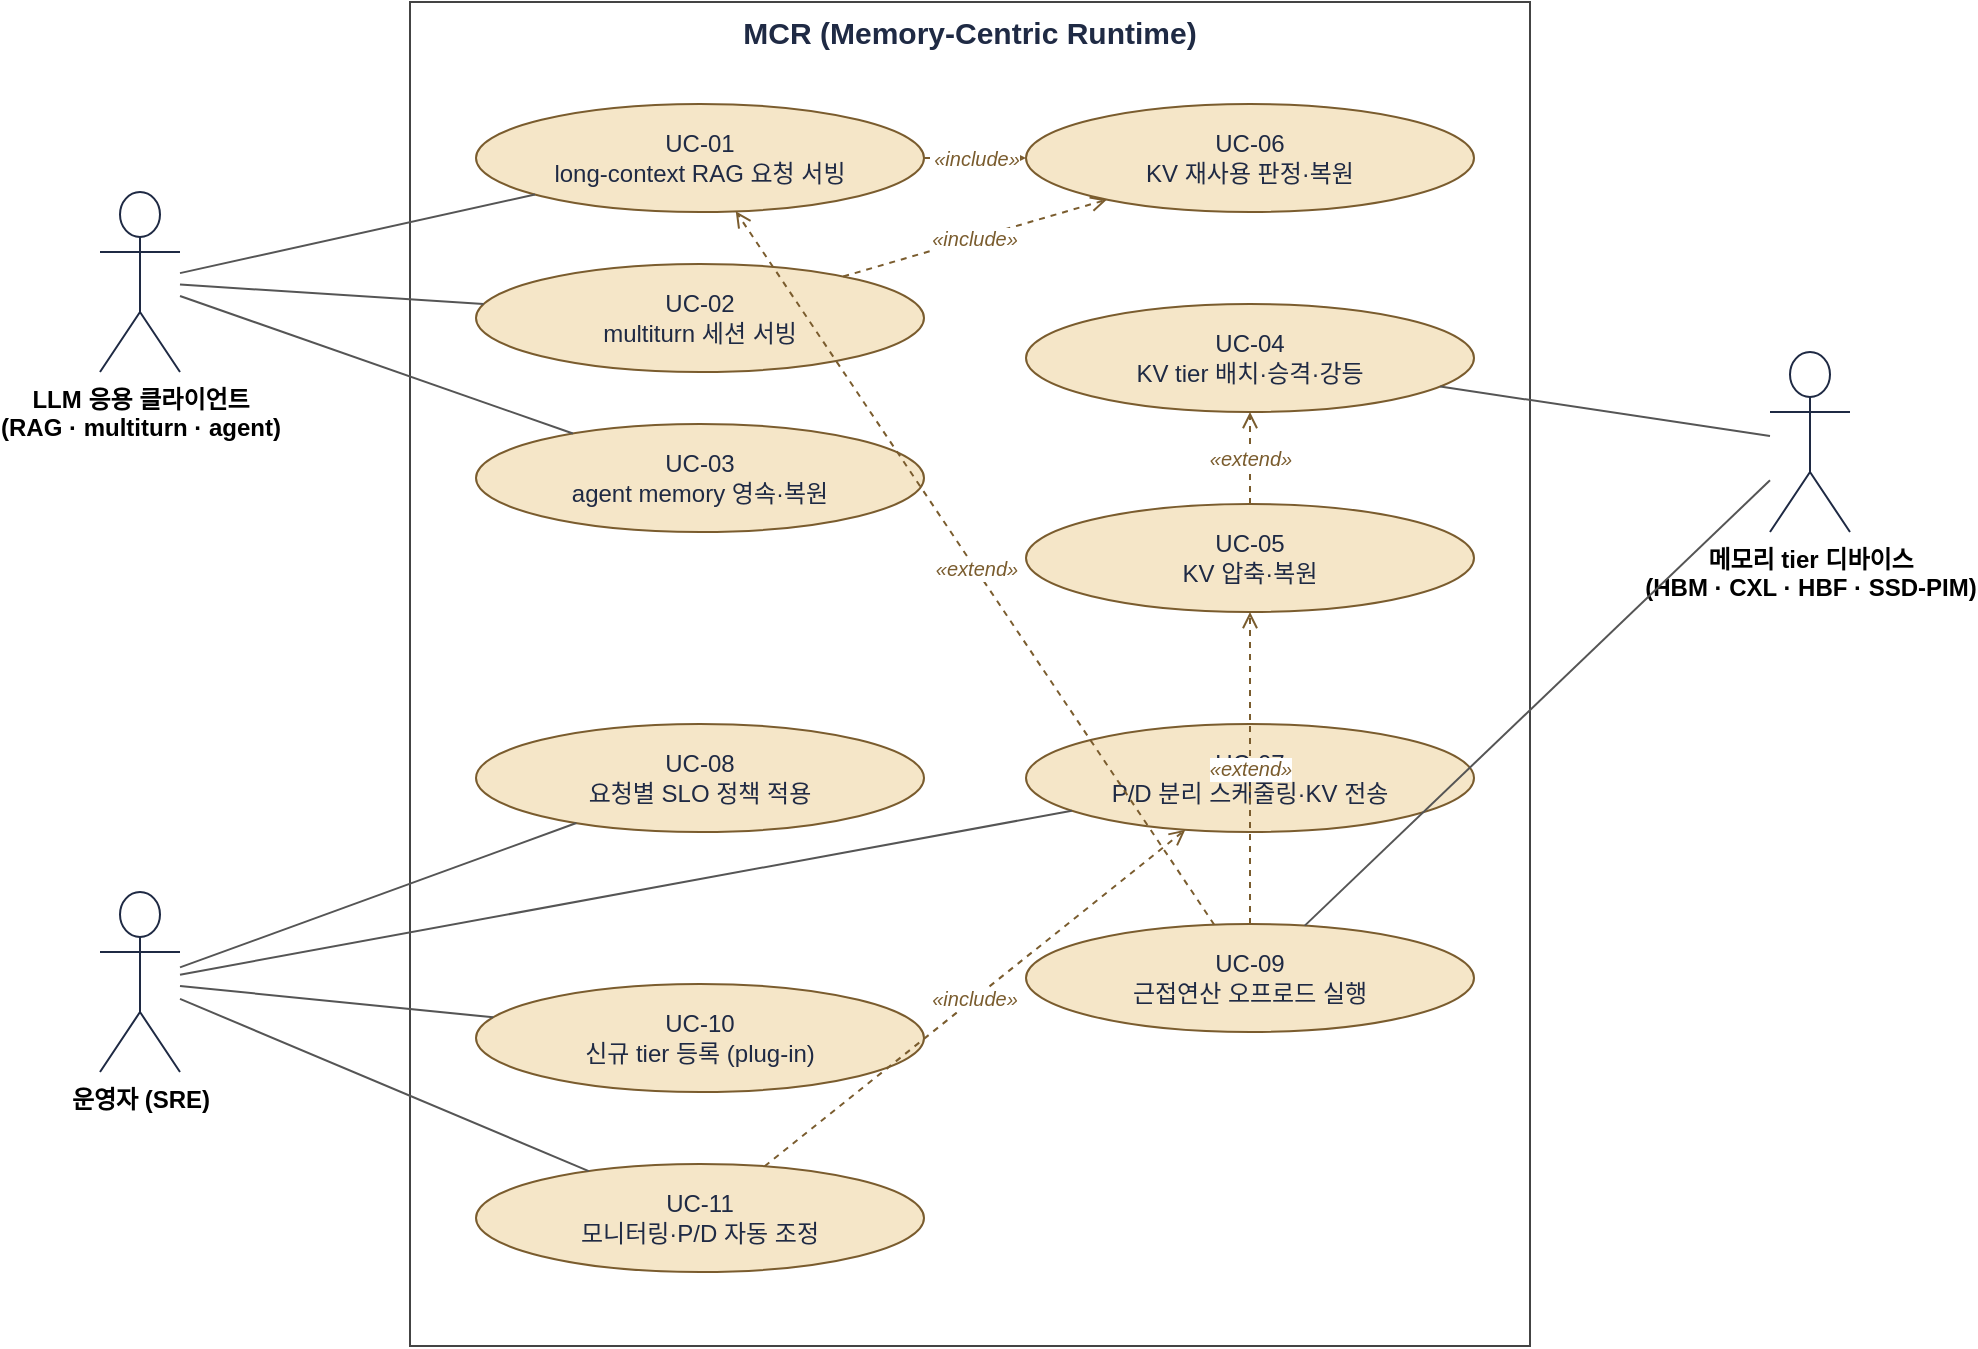
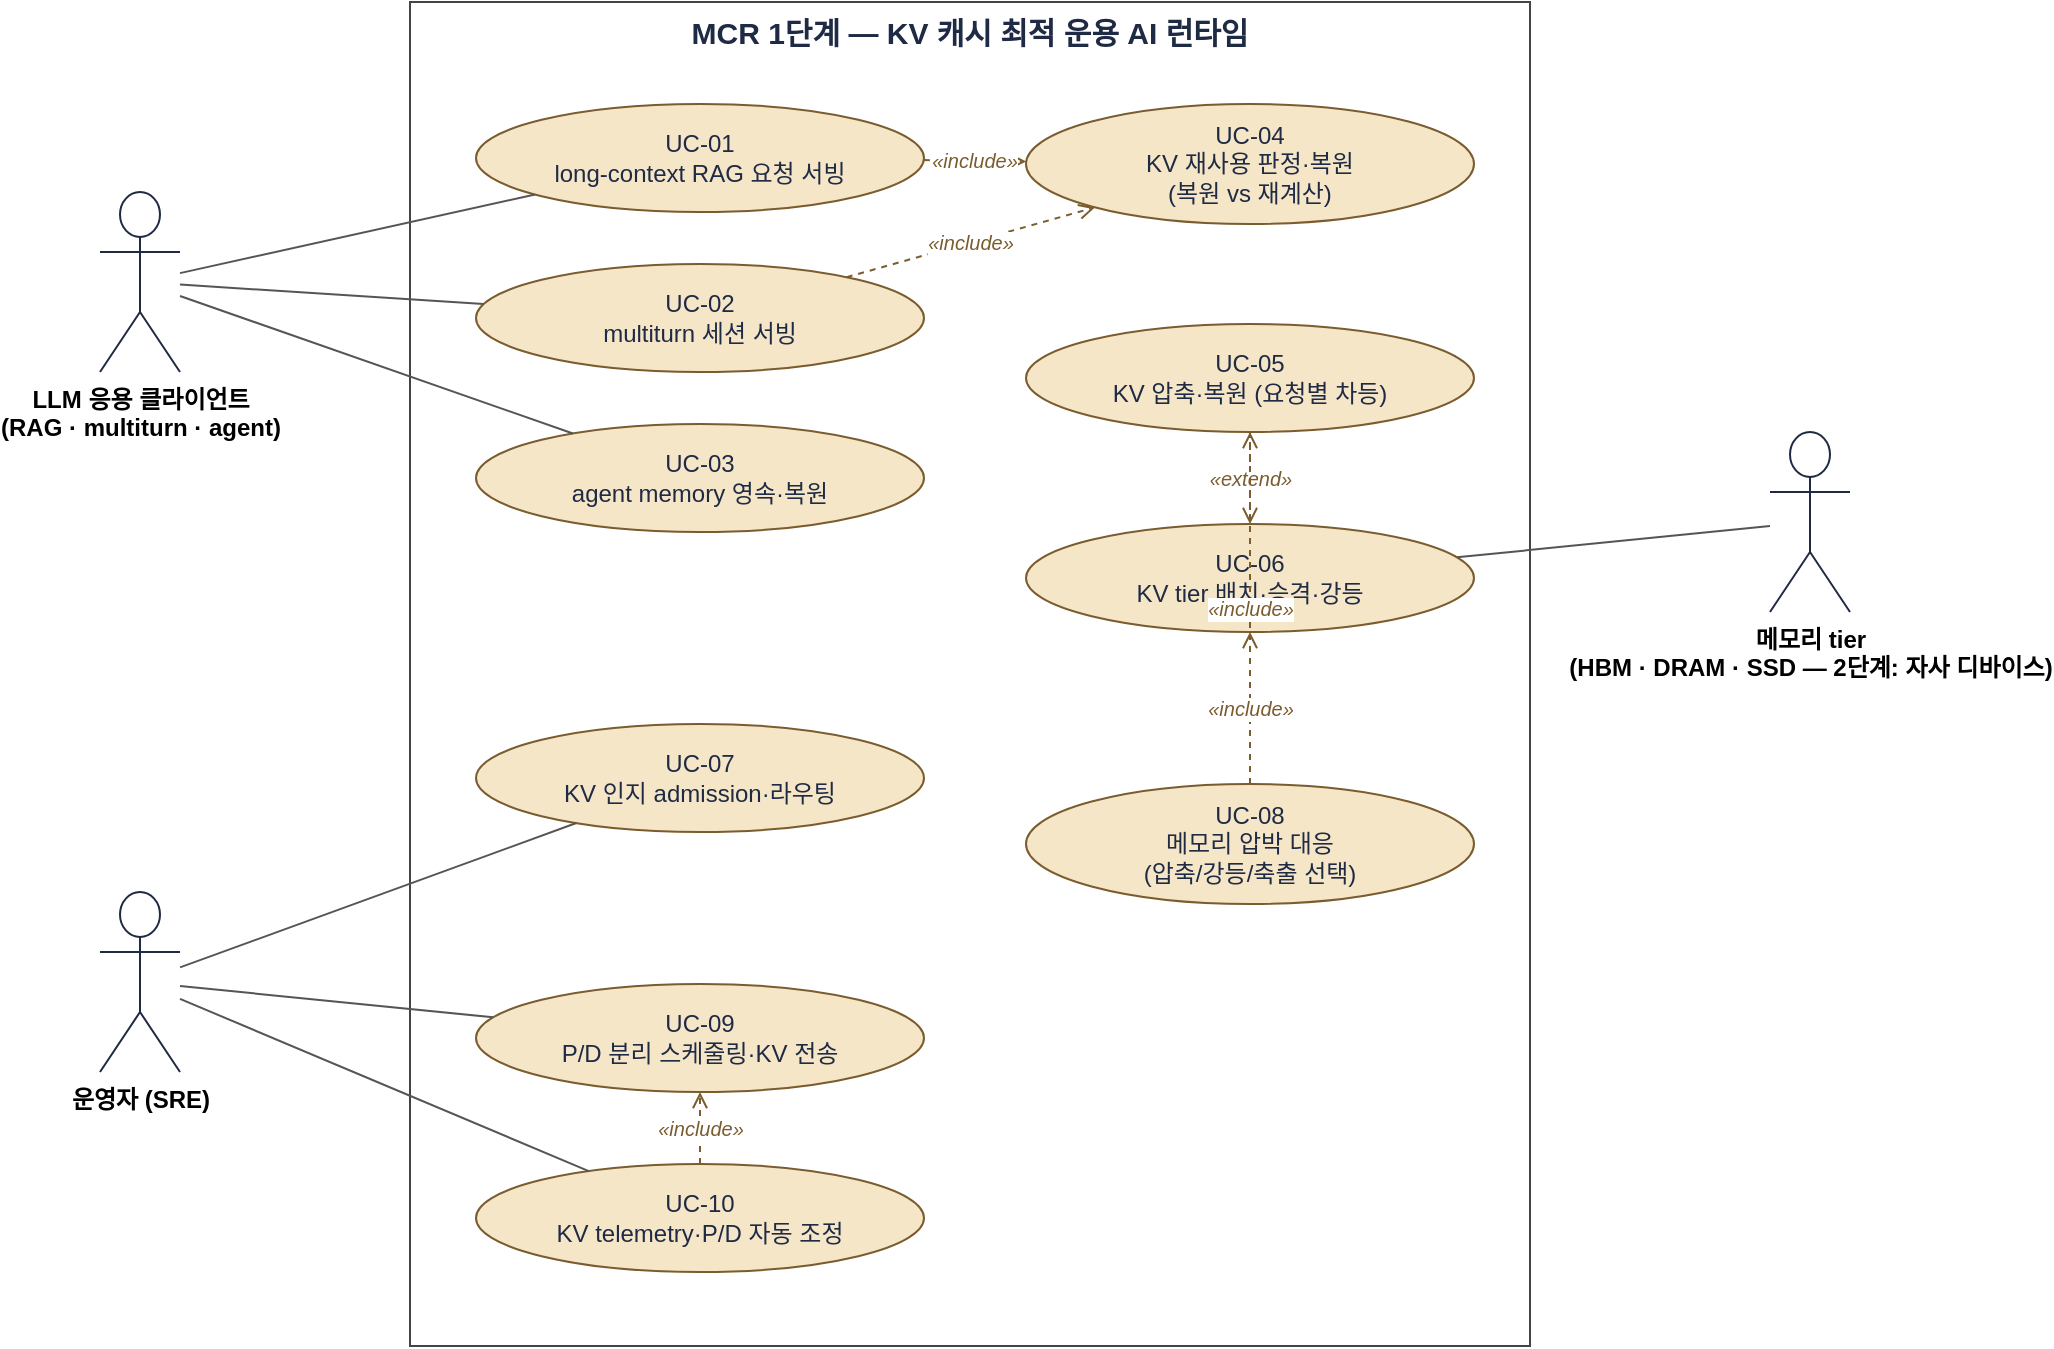
<mxfile host="app.diagrams.net" agent="architect-requirements" version="24.0.0">
-   <diagram id="req-usecase-mcr" name="MCR Use Case">
+   <diagram id="req-usecase-mcr" name="MCR Phase-1 Use Case">
    <mxGraphModel dx="1200" dy="800" grid="1" gridSize="10" guides="1" tooltips="1" connect="1" arrows="1" fold="1" page="1" pageScale="1" pageWidth="1080" pageHeight="760" math="0" shadow="0">
      <root>
        <mxCell id="0"/>
        <mxCell id="1" parent="0"/>

-         <mxCell id="sys" value="MCR (Memory-Centric Runtime)" style="rounded=0;fillColor=none;strokeColor=#444444;verticalAlign=top;fontSize=15;fontStyle=1;fontColor=#1F2A44;" vertex="1" parent="1">
+         <mxCell id="sys" value="MCR 1단계 — KV 캐시 최적 운용 AI 런타임" style="rounded=0;fillColor=none;strokeColor=#444444;verticalAlign=top;fontSize=15;fontStyle=1;fontColor=#1F2A44;" vertex="1" parent="1">
          <mxGeometry x="255" y="42" width="560" height="672" as="geometry"/>
        </mxCell>

        <mxCell id="actClient" value="LLM 응용 클라이언트&#10;(RAG · multiturn · agent)" style="shape=umlActor;verticalLabelPosition=bottom;verticalAlign=top;html=1;strokeColor=#1F2A44;fontSize=12;fontStyle=1;" vertex="1" parent="1">
          <mxGeometry x="100" y="137" width="40" height="90" as="geometry"/>
        </mxCell>
        <mxCell id="actOps" value="운영자 (SRE)" style="shape=umlActor;verticalLabelPosition=bottom;verticalAlign=top;html=1;strokeColor=#1F2A44;fontSize=12;fontStyle=1;" vertex="1" parent="1">
          <mxGeometry x="100" y="487" width="40" height="90" as="geometry"/>
        </mxCell>
-         <mxCell id="actDev" value="메모리 tier 디바이스&#10;(HBM · CXL · HBF · SSD-PIM)" style="shape=umlActor;verticalLabelPosition=bottom;verticalAlign=top;html=1;strokeColor=#1F2A44;fontSize=12;fontStyle=1;" vertex="1" parent="1">
-           <mxGeometry x="935" y="217" width="40" height="90" as="geometry"/>
+         <mxCell id="actDev" value="메모리 tier&#10;(HBM · DRAM · SSD — 2단계: 자사 디바이스)" style="shape=umlActor;verticalLabelPosition=bottom;verticalAlign=top;html=1;strokeColor=#1F2A44;fontSize=12;fontStyle=1;" vertex="1" parent="1">
+           <mxGeometry x="935" y="257" width="40" height="90" as="geometry"/>
        </mxCell>

        <mxCell id="uc01" value="UC-01&#10;long-context RAG 요청 서빙" style="ellipse;whiteSpace=wrap;html=1;fillColor=#F5E6C8;strokeColor=#7A5C2E;fontSize=12;fontColor=#1F2A44;" vertex="1" parent="1">
          <mxGeometry x="288" y="93" width="224" height="54" as="geometry"/>
        </mxCell>
        <mxCell id="uc02" value="UC-02&#10;multiturn 세션 서빙" style="ellipse;whiteSpace=wrap;html=1;fillColor=#F5E6C8;strokeColor=#7A5C2E;fontSize=12;fontColor=#1F2A44;" vertex="1" parent="1">
          <mxGeometry x="288" y="173" width="224" height="54" as="geometry"/>
        </mxCell>
        <mxCell id="uc03" value="UC-03&#10;agent memory 영속·복원" style="ellipse;whiteSpace=wrap;html=1;fillColor=#F5E6C8;strokeColor=#7A5C2E;fontSize=12;fontColor=#1F2A44;" vertex="1" parent="1">
          <mxGeometry x="288" y="253" width="224" height="54" as="geometry"/>
        </mxCell>
-         <mxCell id="uc08" value="UC-08&#10;요청별 SLO 정책 적용" style="ellipse;whiteSpace=wrap;html=1;fillColor=#F5E6C8;strokeColor=#7A5C2E;fontSize=12;fontColor=#1F2A44;" vertex="1" parent="1">
+         <mxCell id="uc07" value="UC-07&#10;KV 인지 admission·라우팅" style="ellipse;whiteSpace=wrap;html=1;fillColor=#F5E6C8;strokeColor=#7A5C2E;fontSize=12;fontColor=#1F2A44;" vertex="1" parent="1">
          <mxGeometry x="288" y="403" width="224" height="54" as="geometry"/>
        </mxCell>
-         <mxCell id="uc10" value="UC-10&#10;신규 tier 등록 (plug-in)" style="ellipse;whiteSpace=wrap;html=1;fillColor=#F5E6C8;strokeColor=#7A5C2E;fontSize=12;fontColor=#1F2A44;" vertex="1" parent="1">
+         <mxCell id="uc09" value="UC-09&#10;P/D 분리 스케줄링·KV 전송" style="ellipse;whiteSpace=wrap;html=1;fillColor=#F5E6C8;strokeColor=#7A5C2E;fontSize=12;fontColor=#1F2A44;" vertex="1" parent="1">
          <mxGeometry x="288" y="533" width="224" height="54" as="geometry"/>
        </mxCell>
-         <mxCell id="uc11" value="UC-11&#10;모니터링·P/D 자동 조정" style="ellipse;whiteSpace=wrap;html=1;fillColor=#F5E6C8;strokeColor=#7A5C2E;fontSize=12;fontColor=#1F2A44;" vertex="1" parent="1">
+         <mxCell id="uc10" value="UC-10&#10;KV telemetry·P/D 자동 조정" style="ellipse;whiteSpace=wrap;html=1;fillColor=#F5E6C8;strokeColor=#7A5C2E;fontSize=12;fontColor=#1F2A44;" vertex="1" parent="1">
          <mxGeometry x="288" y="623" width="224" height="54" as="geometry"/>
        </mxCell>

-         <mxCell id="uc06" value="UC-06&#10;KV 재사용 판정·복원" style="ellipse;whiteSpace=wrap;html=1;fillColor=#F5E6C8;strokeColor=#7A5C2E;fontSize=12;fontColor=#1F2A44;" vertex="1" parent="1">
-           <mxGeometry x="563" y="93" width="224" height="54" as="geometry"/>
+         <mxCell id="uc04" value="UC-04&#10;KV 재사용 판정·복원&#10;(복원 vs 재계산)" style="ellipse;whiteSpace=wrap;html=1;fillColor=#F5E6C8;strokeColor=#7A5C2E;fontSize=12;fontColor=#1F2A44;" vertex="1" parent="1">
+           <mxGeometry x="563" y="93" width="224" height="60" as="geometry"/>
        </mxCell>
-         <mxCell id="uc04" value="UC-04&#10;KV tier 배치·승격·강등" style="ellipse;whiteSpace=wrap;html=1;fillColor=#F5E6C8;strokeColor=#7A5C2E;fontSize=12;fontColor=#1F2A44;" vertex="1" parent="1">
-           <mxGeometry x="563" y="193" width="224" height="54" as="geometry"/>
+         <mxCell id="uc05" value="UC-05&#10;KV 압축·복원 (요청별 차등)" style="ellipse;whiteSpace=wrap;html=1;fillColor=#F5E6C8;strokeColor=#7A5C2E;fontSize=12;fontColor=#1F2A44;" vertex="1" parent="1">
+           <mxGeometry x="563" y="203" width="224" height="54" as="geometry"/>
        </mxCell>
-         <mxCell id="uc05" value="UC-05&#10;KV 압축·복원" style="ellipse;whiteSpace=wrap;html=1;fillColor=#F5E6C8;strokeColor=#7A5C2E;fontSize=12;fontColor=#1F2A44;" vertex="1" parent="1">
-           <mxGeometry x="563" y="293" width="224" height="54" as="geometry"/>
+         <mxCell id="uc06" value="UC-06&#10;KV tier 배치·승격·강등" style="ellipse;whiteSpace=wrap;html=1;fillColor=#F5E6C8;strokeColor=#7A5C2E;fontSize=12;fontColor=#1F2A44;" vertex="1" parent="1">
+           <mxGeometry x="563" y="303" width="224" height="54" as="geometry"/>
        </mxCell>
-         <mxCell id="uc07" value="UC-07&#10;P/D 분리 스케줄링·KV 전송" style="ellipse;whiteSpace=wrap;html=1;fillColor=#F5E6C8;strokeColor=#7A5C2E;fontSize=12;fontColor=#1F2A44;" vertex="1" parent="1">
-           <mxGeometry x="563" y="403" width="224" height="54" as="geometry"/>
-         </mxCell>
-         <mxCell id="uc09" value="UC-09&#10;근접연산 오프로드 실행" style="ellipse;whiteSpace=wrap;html=1;fillColor=#F5E6C8;strokeColor=#7A5C2E;fontSize=12;fontColor=#1F2A44;" vertex="1" parent="1">
-           <mxGeometry x="563" y="503" width="224" height="54" as="geometry"/>
+         <mxCell id="uc08" value="UC-08&#10;메모리 압박 대응&#10;(압축/강등/축출 선택)" style="ellipse;whiteSpace=wrap;html=1;fillColor=#F5E6C8;strokeColor=#7A5C2E;fontSize=12;fontColor=#1F2A44;" vertex="1" parent="1">
+           <mxGeometry x="563" y="433" width="224" height="60" as="geometry"/>
        </mxCell>

        <mxCell id="a1" style="endArrow=none;html=1;strokeColor=#555555;" edge="1" parent="1" source="actClient" target="uc01"><mxGeometry relative="1" as="geometry"/></mxCell>
        <mxCell id="a2" style="endArrow=none;html=1;strokeColor=#555555;" edge="1" parent="1" source="actClient" target="uc02"><mxGeometry relative="1" as="geometry"/></mxCell>
        <mxCell id="a3" style="endArrow=none;html=1;strokeColor=#555555;" edge="1" parent="1" source="actClient" target="uc03"><mxGeometry relative="1" as="geometry"/></mxCell>
-         <mxCell id="a4" style="endArrow=none;html=1;strokeColor=#555555;" edge="1" parent="1" source="actOps" target="uc08"><mxGeometry relative="1" as="geometry"/></mxCell>
-         <mxCell id="a5" style="endArrow=none;html=1;strokeColor=#555555;" edge="1" parent="1" source="actOps" target="uc10"><mxGeometry relative="1" as="geometry"/></mxCell>
-         <mxCell id="a7" style="endArrow=none;html=1;strokeColor=#555555;" edge="1" parent="1" source="uc04" target="actDev"><mxGeometry relative="1" as="geometry"/></mxCell>
-         <mxCell id="a8" style="endArrow=none;html=1;strokeColor=#555555;" edge="1" parent="1" source="uc09" target="actDev"><mxGeometry relative="1" as="geometry"/></mxCell>
+         <mxCell id="a4" style="endArrow=none;html=1;strokeColor=#555555;" edge="1" parent="1" source="actOps" target="uc07"><mxGeometry relative="1" as="geometry"/></mxCell>
+         <mxCell id="a5" style="endArrow=none;html=1;strokeColor=#555555;" edge="1" parent="1" source="actOps" target="uc09"><mxGeometry relative="1" as="geometry"/></mxCell>
+         <mxCell id="a6" style="endArrow=none;html=1;strokeColor=#555555;" edge="1" parent="1" source="actOps" target="uc10"><mxGeometry relative="1" as="geometry"/></mxCell>
+         <mxCell id="a7" style="endArrow=none;html=1;strokeColor=#555555;" edge="1" parent="1" source="uc06" target="actDev"><mxGeometry relative="1" as="geometry"/></mxCell>

-         <mxCell id="a10" style="endArrow=none;html=1;strokeColor=#555555;" edge="1" parent="1" source="actOps" target="uc11"><mxGeometry relative="1" as="geometry"/></mxCell>
-         <mxCell id="a11" style="endArrow=none;html=1;strokeColor=#555555;" edge="1" parent="1" source="actOps" target="uc07"><mxGeometry relative="1" as="geometry"/></mxCell>
-         <mxCell id="d6" value="&#171;include&#187;" style="endArrow=open;dashed=1;html=1;strokeColor=#7A5C2E;fontSize=10;fontStyle=2;fontColor=#7A5C2E;" edge="1" parent="1" source="uc11" target="uc07"><mxGeometry relative="1" as="geometry"/></mxCell>
- 
-         <mxCell id="d1" value="&#171;include&#187;" style="endArrow=open;dashed=1;html=1;strokeColor=#7A5C2E;fontSize=10;fontStyle=2;fontColor=#7A5C2E;" edge="1" parent="1" source="uc01" target="uc06"><mxGeometry relative="1" as="geometry"/></mxCell>
-         <mxCell id="d2" value="&#171;include&#187;" style="endArrow=open;dashed=1;html=1;strokeColor=#7A5C2E;fontSize=10;fontStyle=2;fontColor=#7A5C2E;" edge="1" parent="1" source="uc02" target="uc06"><mxGeometry relative="1" as="geometry"/></mxCell>
-         <mxCell id="d3" value="&#171;extend&#187;" style="endArrow=open;dashed=1;html=1;strokeColor=#7A5C2E;fontSize=10;fontStyle=2;fontColor=#7A5C2E;" edge="1" parent="1" source="uc05" target="uc04"><mxGeometry relative="1" as="geometry"/></mxCell>
-         <mxCell id="d4" value="&#171;extend&#187;" style="endArrow=open;dashed=1;html=1;strokeColor=#7A5C2E;fontSize=10;fontStyle=2;fontColor=#7A5C2E;" edge="1" parent="1" source="uc09" target="uc01"><mxGeometry relative="1" as="geometry"/></mxCell>
-         <mxCell id="d5" value="&#171;extend&#187;" style="endArrow=open;dashed=1;html=1;strokeColor=#7A5C2E;fontSize=10;fontStyle=2;fontColor=#7A5C2E;" edge="1" parent="1" source="uc09" target="uc05"><mxGeometry relative="1" as="geometry"/></mxCell>
+         <mxCell id="d1" value="&#171;include&#187;" style="endArrow=open;dashed=1;html=1;strokeColor=#7A5C2E;fontSize=10;fontStyle=2;fontColor=#7A5C2E;" edge="1" parent="1" source="uc01" target="uc04"><mxGeometry relative="1" as="geometry"/></mxCell>
+         <mxCell id="d2" value="&#171;include&#187;" style="endArrow=open;dashed=1;html=1;strokeColor=#7A5C2E;fontSize=10;fontStyle=2;fontColor=#7A5C2E;" edge="1" parent="1" source="uc02" target="uc04"><mxGeometry relative="1" as="geometry"/></mxCell>
+         <mxCell id="d3" value="&#171;extend&#187;" style="endArrow=open;dashed=1;html=1;strokeColor=#7A5C2E;fontSize=10;fontStyle=2;fontColor=#7A5C2E;" edge="1" parent="1" source="uc05" target="uc06"><mxGeometry relative="1" as="geometry"/></mxCell>
+         <mxCell id="d4" value="&#171;include&#187;" style="endArrow=open;dashed=1;html=1;strokeColor=#7A5C2E;fontSize=10;fontStyle=2;fontColor=#7A5C2E;" edge="1" parent="1" source="uc08" target="uc05"><mxGeometry relative="1" as="geometry"/></mxCell>
+         <mxCell id="d5" value="&#171;include&#187;" style="endArrow=open;dashed=1;html=1;strokeColor=#7A5C2E;fontSize=10;fontStyle=2;fontColor=#7A5C2E;" edge="1" parent="1" source="uc08" target="uc06"><mxGeometry relative="1" as="geometry"/></mxCell>
+         <mxCell id="d6" value="&#171;include&#187;" style="endArrow=open;dashed=1;html=1;strokeColor=#7A5C2E;fontSize=10;fontStyle=2;fontColor=#7A5C2E;" edge="1" parent="1" source="uc10" target="uc09"><mxGeometry relative="1" as="geometry"/></mxCell>
      </root>
    </mxGraphModel>
  </diagram>
</mxfile>
